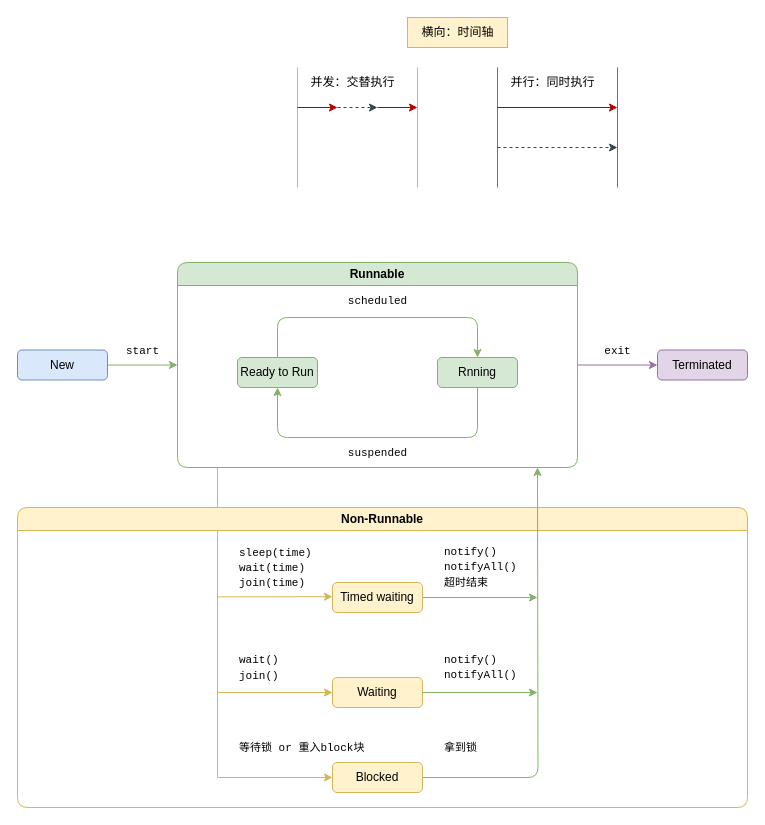
The draw.io diagram huhx-blog.drawio in huhx/huhx_diagram, before the edit. Source tidied: cells renumbered, new cells numbered last; positions are measured from the earlier drawing's top-left corner, leaving out a move shared by most shapes. Both pictures are drawn from the tidied source at 100%, with x=0, y=0 at pixel (17, 17).
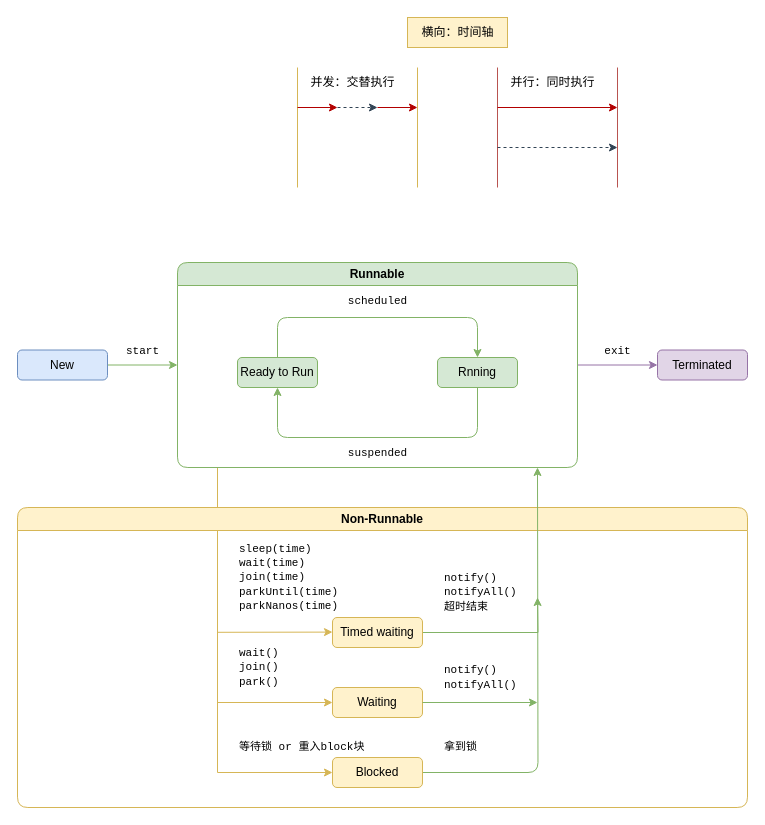
After the change.

Unchanged cells that the change refers to:
```xml
<mxCell id="29" value="Non-Runnable" style="swimlane;whiteSpace=wrap;html=1;rounded=1;fillColor=#fff2cc;strokeColor=#d6b656;" parent="1" vertex="1">
  <mxGeometry y="490" width="730" height="300" as="geometry" />
</mxCell>
```

The edit, as a diff of the source:
```diff
@@
     <mxCell id="18" style="edgeStyle=orthogonalEdgeStyle;rounded=0;jettySize=auto;html=1;entryX=0;entryY=0.5;entryDx=0;entryDy=0;fillColor=#fff2cc;strokeColor=#d6b656;" parent="1" edge="1" target="33">
       <mxGeometry relative="1" as="geometry">
         <mxPoint x="230" y="450" as="sourcePoint" />
         <Array as="points">
           <mxPoint x="200" y="450" />
-          <mxPoint x="200" y="760" />
+          <mxPoint x="200" y="755" />
         </Array>
       </mxGeometry>
     </mxCell>
@@
     <mxCell id="31" value="Timed waiting" style="rounded=1;whiteSpace=wrap;html=1;fillColor=#fff2cc;strokeColor=#d6b656;" parent="29" vertex="1">
-      <mxGeometry x="315" y="75" width="90" height="30" as="geometry" />
+      <mxGeometry x="315" y="110" width="90" height="30" as="geometry" />
     </mxCell>
@@
     <mxCell id="33" value="Blocked" style="rounded=1;whiteSpace=wrap;html=1;fillColor=#fff2cc;strokeColor=#d6b656;" parent="29" vertex="1">
-      <mxGeometry x="315" y="255" width="90" height="30" as="geometry" />
+      <mxGeometry x="315" y="250" width="90" height="30" as="geometry" />
     </mxCell>
-    <mxCell id="34" value="&lt;div style=&quot;font-size: 11px;&quot;&gt;&lt;span style=&quot;background-color: initial;&quot;&gt;&lt;font style=&quot;font-size: 11px;&quot; face=&quot;Courier New&quot;&gt;notify()&lt;/font&gt;&lt;/span&gt;&lt;/div&gt;&lt;font style=&quot;font-size: 11px;&quot; face=&quot;Courier New&quot;&gt;notifyAll()&lt;/font&gt;" style="text;html=1;align=left;verticalAlign=middle;strokeColor=none;fillColor=none;" parent="29" vertex="1">
-      <mxGeometry x="425" y="140" width="100" height="40" as="geometry" />
+    <mxCell id="34" value="&lt;div style=&quot;font-size: 11px;&quot;&gt;&lt;span style=&quot;background-color: initial; font-size: 11px;&quot;&gt;&lt;font style=&quot;font-size: 11px;&quot; face=&quot;Courier New&quot;&gt;notify()&lt;/font&gt;&lt;/span&gt;&lt;/div&gt;&lt;font style=&quot;font-size: 11px;&quot; face=&quot;Courier New&quot;&gt;notifyAll()&lt;/font&gt;" style="text;html=1;align=left;verticalAlign=middle;strokeColor=none;fillColor=none;fontSize=11;" parent="29" vertex="1">
+      <mxGeometry x="425" y="150" width="100" height="40" as="geometry" />
     </mxCell>
-    <mxCell id="35" value="&lt;div style=&quot;font-size: 11px;&quot;&gt;&lt;span style=&quot;background-color: initial;&quot;&gt;&lt;font style=&quot;font-size: 11px;&quot; face=&quot;Courier New&quot;&gt;notify()&lt;/font&gt;&lt;/span&gt;&lt;/div&gt;&lt;font style=&quot;font-size: 11px;&quot; face=&quot;Courier New&quot;&gt;notifyAll()&lt;br&gt;超时结束&lt;/font&gt;" style="text;html=1;align=left;verticalAlign=middle;strokeColor=none;fillColor=none;" parent="29" vertex="1">
-      <mxGeometry x="425" y="30" width="100" height="60" as="geometry" />
+    <mxCell id="35" value="&lt;div style=&quot;font-size: 11px;&quot;&gt;&lt;span style=&quot;background-color: initial; font-size: 11px;&quot;&gt;&lt;font style=&quot;font-size: 11px;&quot; face=&quot;Courier New&quot;&gt;notify()&lt;/font&gt;&lt;/span&gt;&lt;/div&gt;&lt;font style=&quot;font-size: 11px;&quot; face=&quot;Courier New&quot;&gt;notifyAll()&lt;br style=&quot;font-size: 11px;&quot;&gt;超时结束&lt;/font&gt;" style="text;html=1;align=left;verticalAlign=middle;strokeColor=none;fillColor=none;fontSize=11;" parent="29" vertex="1">
+      <mxGeometry x="425" y="55" width="100" height="60" as="geometry" />
     </mxCell>
-    <mxCell id="36" value="&lt;font face=&quot;Courier New&quot; style=&quot;font-size: 11px;&quot;&gt;等待锁 or&amp;nbsp;重入block块&lt;/font&gt;" style="text;html=1;align=left;verticalAlign=middle;strokeColor=none;fillColor=none;" parent="29" vertex="1">
+    <mxCell id="36" value="&lt;font face=&quot;Courier New&quot; style=&quot;font-size: 11px;&quot;&gt;等待锁 or&amp;nbsp;重入block块&lt;/font&gt;" style="text;html=1;align=left;verticalAlign=middle;strokeColor=none;fillColor=none;fontSize=11;" parent="29" vertex="1">
       <mxGeometry x="220" y="225" width="150" height="30" as="geometry" />
     </mxCell>
     <mxCell id="37" style="endArrow=classic;html=1;rounded=0;entryX=0;entryY=0.5;entryDx=0;entryDy=0;fillColor=#fff2cc;strokeColor=#d6b656;" parent="29" edge="1">
       <mxGeometry relative="1" as="geometry">
-        <mxPoint x="200" y="89.4" as="sourcePoint" />
-        <mxPoint x="315" y="89.2" as="targetPoint" />
+        <mxPoint x="200" y="124.8" as="sourcePoint" />
+        <mxPoint x="315" y="124.6" as="targetPoint" />
       </mxGeometry>
     </mxCell>
-    <mxCell id="38" value="&lt;font face=&quot;Courier New&quot; style=&quot;font-size: 11px;&quot;&gt;sleep(time)&lt;br&gt;wait(time)&lt;br&gt;join(time)&lt;/font&gt;" style="text;html=1;align=left;verticalAlign=middle;strokeColor=none;fillColor=none;" parent="29" vertex="1">
-      <mxGeometry x="220" y="30" width="100" height="60" as="geometry" />
+    <mxCell id="38" value="&lt;font face=&quot;Courier New&quot; style=&quot;font-size: 11px;&quot;&gt;sleep(time)&lt;br style=&quot;font-size: 11px;&quot;&gt;wait(time)&lt;br style=&quot;font-size: 11px;&quot;&gt;join(time)&lt;br style=&quot;font-size: 11px;&quot;&gt;parkUntil(time)&lt;br style=&quot;font-size: 11px;&quot;&gt;parkNanos(time)&lt;br style=&quot;font-size: 11px;&quot;&gt;&lt;/font&gt;" style="text;html=1;align=left;verticalAlign=middle;strokeColor=none;fillColor=none;fontSize=11;" parent="29" vertex="1">
+      <mxGeometry x="220" y="30" width="120" height="80" as="geometry" />
     </mxCell>
-    <mxCell id="39" value="&lt;font face=&quot;Courier New&quot; style=&quot;font-size: 11px;&quot;&gt;wait()&lt;br&gt;join()&lt;/font&gt;" style="text;html=1;align=left;verticalAlign=middle;strokeColor=none;fillColor=none;" parent="29" vertex="1">
-      <mxGeometry x="220" y="140" width="60" height="40" as="geometry" />
+    <mxCell id="39" value="&lt;font face=&quot;Courier New&quot; style=&quot;font-size: 11px;&quot;&gt;wait()&lt;br style=&quot;font-size: 11px;&quot;&gt;join()&lt;br&gt;park()&lt;br&gt;&lt;/font&gt;" style="text;html=1;align=left;verticalAlign=middle;strokeColor=none;fillColor=none;fontSize=11;" parent="29" vertex="1">
+      <mxGeometry x="220" y="130" width="60" height="60" as="geometry" />
     </mxCell>
     <mxCell id="40" value="Waiting" style="rounded=1;whiteSpace=wrap;html=1;fillColor=#fff2cc;strokeColor=#d6b656;" parent="29" vertex="1">
-      <mxGeometry x="315" y="170" width="90" height="30" as="geometry" />
+      <mxGeometry x="315" y="180" width="90" height="30" as="geometry" />
     </mxCell>
-    <mxCell id="41" value="&lt;font face=&quot;Courier New&quot; style=&quot;font-size: 11px;&quot;&gt;拿到锁&lt;/font&gt;" style="text;html=1;align=left;verticalAlign=middle;strokeColor=none;fillColor=none;" parent="29" vertex="1">
+    <mxCell id="41" value="&lt;font face=&quot;Courier New&quot; style=&quot;font-size: 11px;&quot;&gt;拿到锁&lt;/font&gt;" style="text;html=1;align=left;verticalAlign=middle;strokeColor=none;fillColor=none;fontSize=11;" parent="29" vertex="1">
       <mxGeometry x="425" y="225" width="60" height="30" as="geometry" />
     </mxCell>
     <mxCell id="42" style="endArrow=classic;html=1;rounded=0;entryX=0;entryY=0.5;entryDx=0;entryDy=0;fillColor=#fff2cc;strokeColor=#d6b656;" parent="1" edge="1" target="40">
       <mxGeometry relative="1" as="geometry">
-        <mxPoint x="200" y="675" as="sourcePoint" />
+        <mxPoint x="200" y="685" as="sourcePoint" />
       </mxGeometry>
     </mxCell>
     <mxCell id="43" style="endArrow=classic;html=1;rounded=0;exitX=1;exitY=0.5;exitDx=0;exitDy=0;fillColor=#d5e8d4;strokeColor=#82b366;" parent="1" edge="1" source="40">
       <mxGeometry relative="1" as="geometry">
-        <mxPoint x="520" y="675" as="targetPoint" />
+        <mxPoint x="520" y="685" as="targetPoint" />
       </mxGeometry>
     </mxCell>
```
